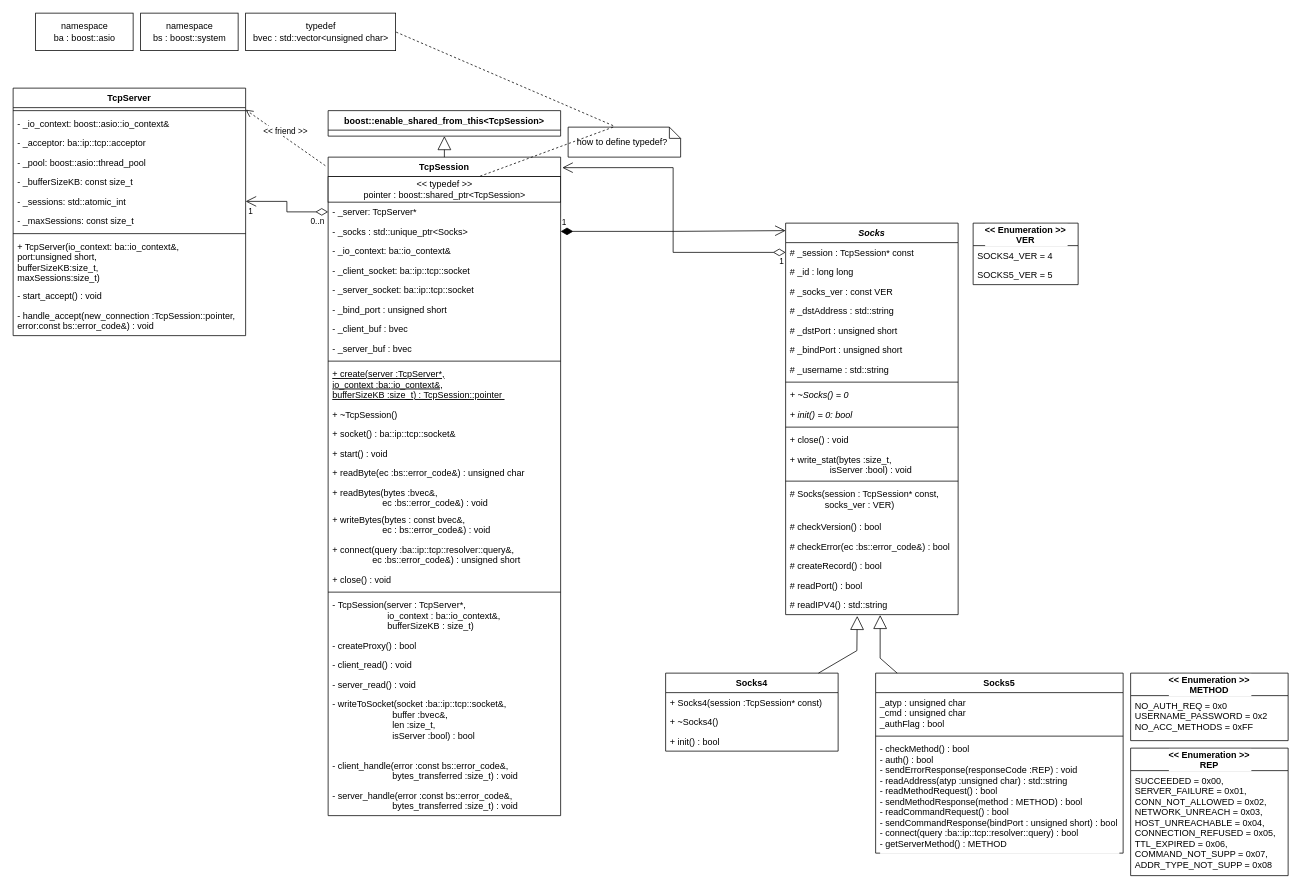
RektDerp/socks5-proxy-SUM-2022-copy keeps this draw.io diagram as uml.drawio. Above is the earlier version. Source tidied: cells renumbered, new cells numbered last; positions are measured from the earlier drawing's top-left corner, leaving out a move shared by most shapes. Both pictures are drawn from the tidied source at 75%, with x=0, y=0 at pixel (13, 13).
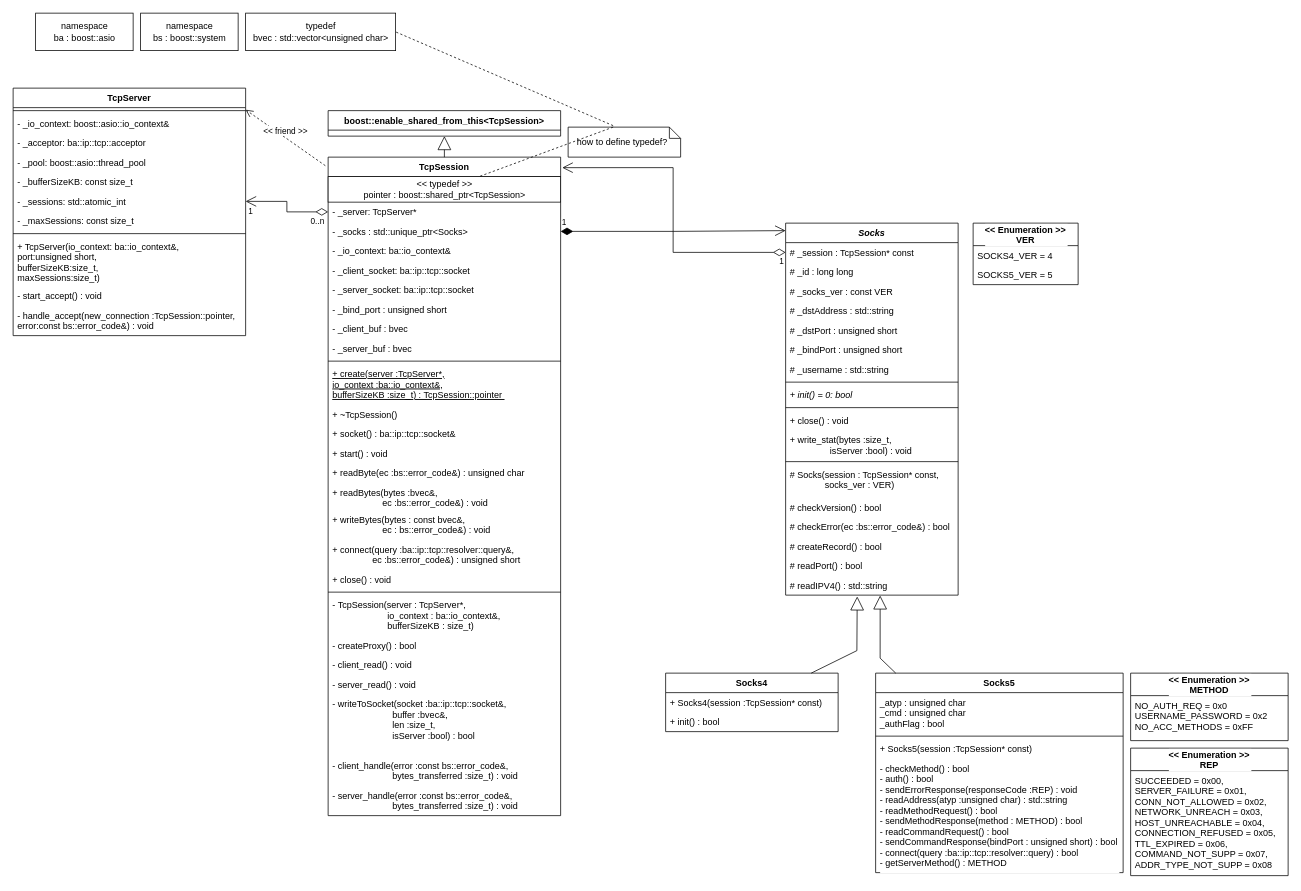
The same diagram, later.

Commit message (it also covers changes not shown here):
Updated UML and remove comment

Diff of the diagram source:
```diff
@@
     <mxCell id="53" value="Socks" style="swimlane;fontStyle=3;align=center;verticalAlign=top;horizontal=1;startSize=26;labelBackgroundColor=default;fillColor=default;" parent="1" vertex="1">
-      <mxGeometry x="1030" y="280" width="230" height="522" as="geometry" />
+      <mxGeometry x="1030" y="280" width="230" height="496" as="geometry" />
     </mxCell>
@@
-    <mxCell id="62" value="+ ~Socks() = 0" style="text;strokeColor=none;fillColor=none;align=left;verticalAlign=top;spacingLeft=4;spacingRight=4;overflow=hidden;labelBackgroundColor=default;fontStyle=2;" parent="53" vertex="1">
-      <mxGeometry y="216" width="230" height="26" as="geometry" />
-    </mxCell>
     <mxCell id="63" value="+ init() = 0: bool " style="text;strokeColor=none;fillColor=none;align=left;verticalAlign=top;spacingLeft=4;spacingRight=4;overflow=hidden;labelBackgroundColor=default;fontStyle=2;" parent="53" vertex="1">
-      <mxGeometry y="242" width="230" height="26" as="geometry" />
+      <mxGeometry y="216" width="230" height="26" as="geometry" />
     </mxCell>
     <mxCell id="64" style="line;strokeWidth=1;fillColor=none;align=left;verticalAlign=middle;spacingTop=-1;spacingLeft=3;spacingRight=3;labelPosition=right;labelBackgroundColor=default;" parent="53" vertex="1">
-      <mxGeometry y="268" width="230" height="8" as="geometry" />
+      <mxGeometry y="242" width="230" height="8" as="geometry" />
     </mxCell>
     <mxCell id="65" value="+ close() : void" style="text;strokeColor=none;fillColor=none;align=left;verticalAlign=top;spacingLeft=4;spacingRight=4;overflow=hidden;labelBackgroundColor=default;fontStyle=0;" parent="53" vertex="1">
-      <mxGeometry y="276" width="230" height="26" as="geometry" />
+      <mxGeometry y="250" width="230" height="26" as="geometry" />
     </mxCell>
     <mxCell id="66" value="+ write_stat(bytes :size_t,&#10;                isServer :bool) : void " style="text;strokeColor=none;fillColor=none;align=left;verticalAlign=top;spacingLeft=4;spacingRight=4;overflow=hidden;labelBackgroundColor=default;" parent="53" vertex="1">
-      <mxGeometry y="302" width="230" height="38" as="geometry" />
+      <mxGeometry y="276" width="230" height="38" as="geometry" />
     </mxCell>
     <mxCell id="67" style="line;strokeWidth=1;fillColor=none;align=left;verticalAlign=middle;spacingTop=-1;spacingLeft=3;spacingRight=3;labelPosition=right;labelBackgroundColor=default;" parent="53" vertex="1">
-      <mxGeometry y="340" width="230" height="8" as="geometry" />
+      <mxGeometry y="314" width="230" height="8" as="geometry" />
     </mxCell>
     <mxCell id="68" value="# Socks(session : TcpSession* const,&#10;              socks_ver : VER)" style="text;strokeColor=none;fillColor=none;align=left;verticalAlign=top;spacingLeft=4;spacingRight=4;overflow=hidden;labelBackgroundColor=default;" parent="53" vertex="1">
-      <mxGeometry y="348" width="230" height="44" as="geometry" />
+      <mxGeometry y="322" width="230" height="44" as="geometry" />
     </mxCell>
     <mxCell id="69" value="# checkVersion() : bool " style="text;strokeColor=none;fillColor=none;align=left;verticalAlign=top;spacingLeft=4;spacingRight=4;overflow=hidden;labelBackgroundColor=default;" parent="53" vertex="1">
-      <mxGeometry y="392" width="230" height="26" as="geometry" />
+      <mxGeometry y="366" width="230" height="26" as="geometry" />
     </mxCell>
     <mxCell id="70" value="# checkError(ec :bs::error_code&amp;) : bool " style="text;strokeColor=none;fillColor=none;align=left;verticalAlign=top;spacingLeft=4;spacingRight=4;overflow=hidden;labelBackgroundColor=default;" parent="53" vertex="1">
-      <mxGeometry y="418" width="230" height="26" as="geometry" />
+      <mxGeometry y="392" width="230" height="26" as="geometry" />
     </mxCell>
     <mxCell id="71" value="# createRecord() : bool" style="text;strokeColor=none;fillColor=none;align=left;verticalAlign=top;spacingLeft=4;spacingRight=4;overflow=hidden;labelBackgroundColor=default;" parent="53" vertex="1">
-      <mxGeometry y="444" width="230" height="26" as="geometry" />
+      <mxGeometry y="418" width="230" height="26" as="geometry" />
     </mxCell>
     <mxCell id="72" value="# readPort() : bool " style="text;strokeColor=none;fillColor=none;align=left;verticalAlign=top;spacingLeft=4;spacingRight=4;overflow=hidden;labelBackgroundColor=default;" parent="53" vertex="1">
-      <mxGeometry y="470" width="230" height="26" as="geometry" />
+      <mxGeometry y="444" width="230" height="26" as="geometry" />
     </mxCell>
     <mxCell id="73" value="# readIPV4() : std::string " style="text;strokeColor=none;fillColor=none;align=left;verticalAlign=top;spacingLeft=4;spacingRight=4;overflow=hidden;points=[[0,0.5],[1,0.5]];portConstraint=eastwest;labelBackgroundColor=default;" parent="53" vertex="1">
-      <mxGeometry y="496" width="230" height="26" as="geometry" />
+      <mxGeometry y="470" width="230" height="26" as="geometry" />
     </mxCell>
@@
     <mxCell id="80" value="Socks4" style="swimlane;fontStyle=1;horizontal=1;startSize=26;fillColor=none;labelBackgroundColor=default;" parent="1" vertex="1">
-      <mxGeometry x="870" y="880" width="230" height="104" as="geometry" />
+      <mxGeometry x="870" y="880" width="230" height="78" as="geometry" />
     </mxCell>
@@
-    <mxCell id="82" value="+ ~Socks4()" style="text;strokeColor=none;fillColor=none;align=left;verticalAlign=top;spacingLeft=4;spacingRight=4;overflow=hidden;labelBackgroundColor=default;" parent="80" vertex="1">
-      <mxGeometry y="52" width="230" height="26" as="geometry" />
-    </mxCell>
     <mxCell id="83" value="+ init() : bool" style="text;strokeColor=none;fillColor=none;align=left;verticalAlign=top;spacingLeft=4;spacingRight=4;overflow=hidden;labelBackgroundColor=default;" parent="80" vertex="1">
-      <mxGeometry y="78" width="230" height="26" as="geometry" />
+      <mxGeometry y="52" width="230" height="26" as="geometry" />
     </mxCell>
@@
     <mxCell id="85" value="Socks5" style="swimlane;fontStyle=1;align=center;verticalAlign=top;horizontal=1;startSize=26;labelBackgroundColor=default;fillColor=default;" parent="1" vertex="1">
-      <mxGeometry x="1150" y="880" width="330" height="240" as="geometry" />
+      <mxGeometry x="1150" y="880" width="330" height="266" as="geometry" />
     </mxCell>
@@
+    <mxCell id="94" value="+ Socks5(session :TcpSession* const)" style="text;strokeColor=none;fillColor=none;align=left;verticalAlign=top;spacingLeft=4;spacingRight=4;overflow=hidden;labelBackgroundColor=default;" parent="85" vertex="1">
+      <mxGeometry y="88" width="330" height="26" as="geometry" />
+    </mxCell>
     <mxCell id="88" value="- checkMethod() : bool &#10;- auth() : bool&#10;- sendErrorResponse(responseCode :REP) : void&#10;- readAddress(atyp :unsigned char) : std::string&#10;- readMethodRequest() : bool&#10;- sendMethodResponse(method : METHOD) : bool&#10;- readCommandRequest() : bool&#10;- sendCommandResponse(bindPort : unsigned short) : bool&#10;- connect(query :ba::ip::tcp::resolver::query) : bool&#10;- getServerMethod() : METHOD " style="text;strokeColor=none;fillColor=none;align=left;verticalAlign=top;spacingLeft=4;spacingRight=4;overflow=hidden;labelBackgroundColor=default;" parent="85" vertex="1">
-      <mxGeometry y="88" width="330" height="152" as="geometry" />
+      <mxGeometry y="114" width="330" height="152" as="geometry" />
     </mxCell>
```
